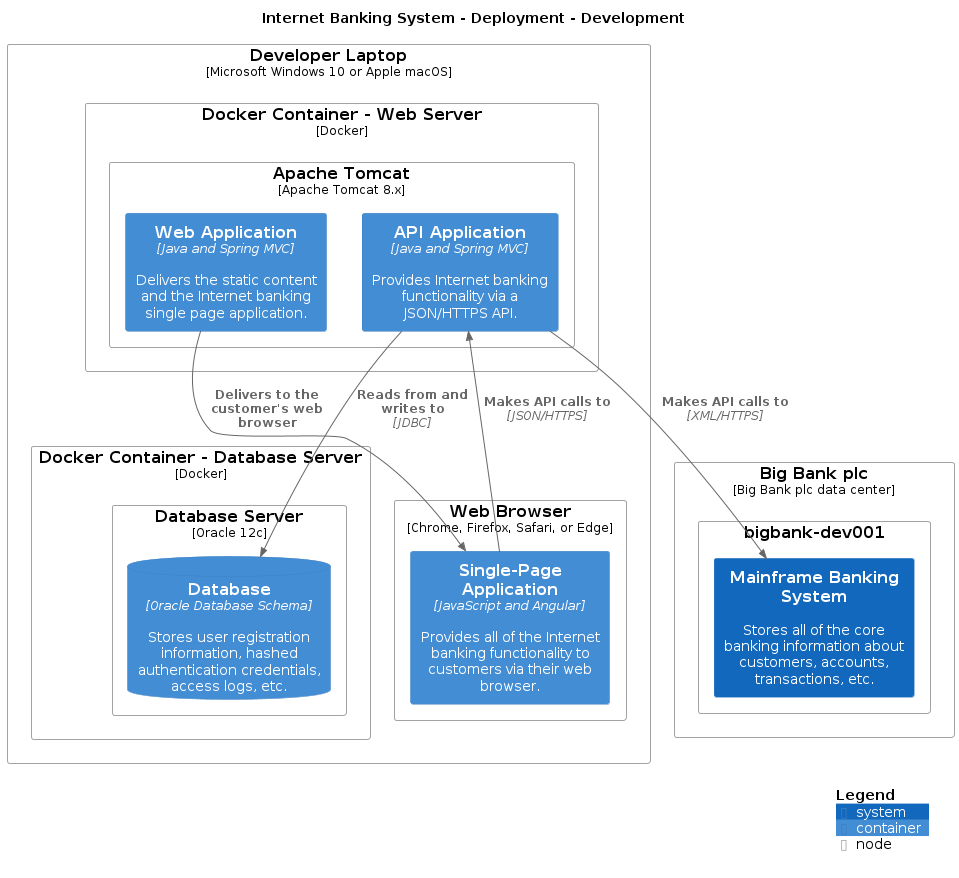
Before: main/png/DevelopmentDeployment.png, a diagram exported from PlantUML (avisi-cloud/structurizr-site-generatr).
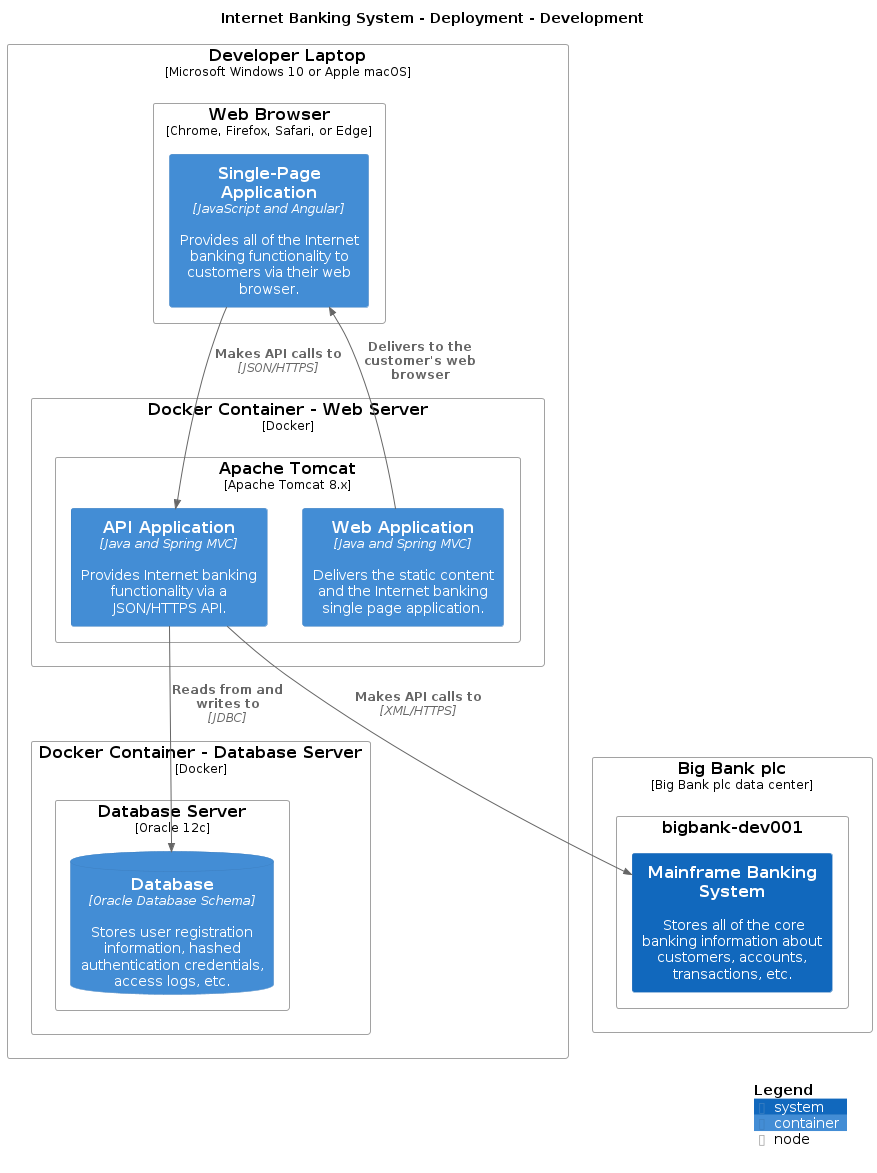
After the commit.

Change to the diagram source:
```diff
@@ -4,29 +4,29 @@
 
 top to bottom direction
 
-!include /home/runner/work/structurizr-site-generatr/structurizr-site-generatr/build/puml-cache/C4.puml
-!include /home/runner/work/structurizr-site-generatr/structurizr-site-generatr/build/puml-cache/C4_Context.puml
-!include /home/runner/work/structurizr-site-generatr/structurizr-site-generatr/build/puml-cache/C4_Container.puml
-!include /home/runner/work/structurizr-site-generatr/structurizr-site-generatr/build/puml-cache/C4_Deployment.puml
+!include <C4/C4>
+!include <C4/C4_Context>
+!include <C4/C4_Container>
+!include <C4/C4_Deployment>
 
 Deployment_Node(Development.DeveloperLaptop, "Developer Laptop", "Microsoft Windows 10 or Apple macOS", $tags="") {
+  Deployment_Node(Development.DeveloperLaptop.WebBrowser, "Web Browser", "Chrome, Firefox, Safari, or Edge", $tags="") {
+    Container(Development.DeveloperLaptop.WebBrowser.SinglePageApplication_1, "Single-Page Application", "JavaScript and Angular", "Provides all of the Internet banking functionality to customers via their web browser.", $tags="")
+  }
+
+  Deployment_Node(Development.DeveloperLaptop.DockerContainerWebServer, "Docker Container - Web Server", "Docker", $tags="") {
+    Deployment_Node(Development.DeveloperLaptop.DockerContainerWebServer.ApacheTomcat, "Apache Tomcat", "Apache Tomcat 8.x", $tags="") {
+      Container(Development.DeveloperLaptop.DockerContainerWebServer.ApacheTomcat.WebApplication_1, "Web Application", "Java and Spring MVC", "Delivers the static content and the Internet banking single page application.", $tags="")
+      Container(Development.DeveloperLaptop.DockerContainerWebServer.ApacheTomcat.APIApplication_1, "API Application", "Java and Spring MVC", "Provides Internet banking functionality via a JSON/HTTPS API.", $tags="")
+    }
+
+  }
+
   Deployment_Node(Development.DeveloperLaptop.DockerContainerDatabaseServer, "Docker Container - Database Server", "Docker", $tags="") {
     Deployment_Node(Development.DeveloperLaptop.DockerContainerDatabaseServer.DatabaseServer, "Database Server", "Oracle 12c", $tags="") {
       ContainerDb(Development.DeveloperLaptop.DockerContainerDatabaseServer.DatabaseServer.Database_1, "Database", "Oracle Database Schema", "Stores user registration information, hashed authentication credentials, access logs, etc.", $tags="")
     }
 
-  }
-
-  Deployment_Node(Development.DeveloperLaptop.DockerContainerWebServer, "Docker Container - Web Server", "Docker", $tags="") {
-    Deployment_Node(Development.DeveloperLaptop.DockerContainerWebServer.ApacheTomcat, "Apache Tomcat", "Apache Tomcat 8.x", $tags="") {
-      Container(Development.DeveloperLaptop.DockerContainerWebServer.ApacheTomcat.APIApplication_1, "API Application", "Java and Spring MVC", "Provides Internet banking functionality via a JSON/HTTPS API.", $tags="")
-      Container(Development.DeveloperLaptop.DockerContainerWebServer.ApacheTomcat.WebApplication_1, "Web Application", "Java and Spring MVC", "Delivers the static content and the Internet banking single page application.", $tags="")
-    }
-
-  }
-
-  Deployment_Node(Development.DeveloperLaptop.WebBrowser, "Web Browser", "Chrome, Firefox, Safari, or Edge", $tags="") {
-    Container(Development.DeveloperLaptop.WebBrowser.SinglePageApplication_1, "Single-Page Application", "JavaScript and Angular", "Provides all of the Internet banking functionality to customers via their web browser.", $tags="")
   }
 
 }
```
